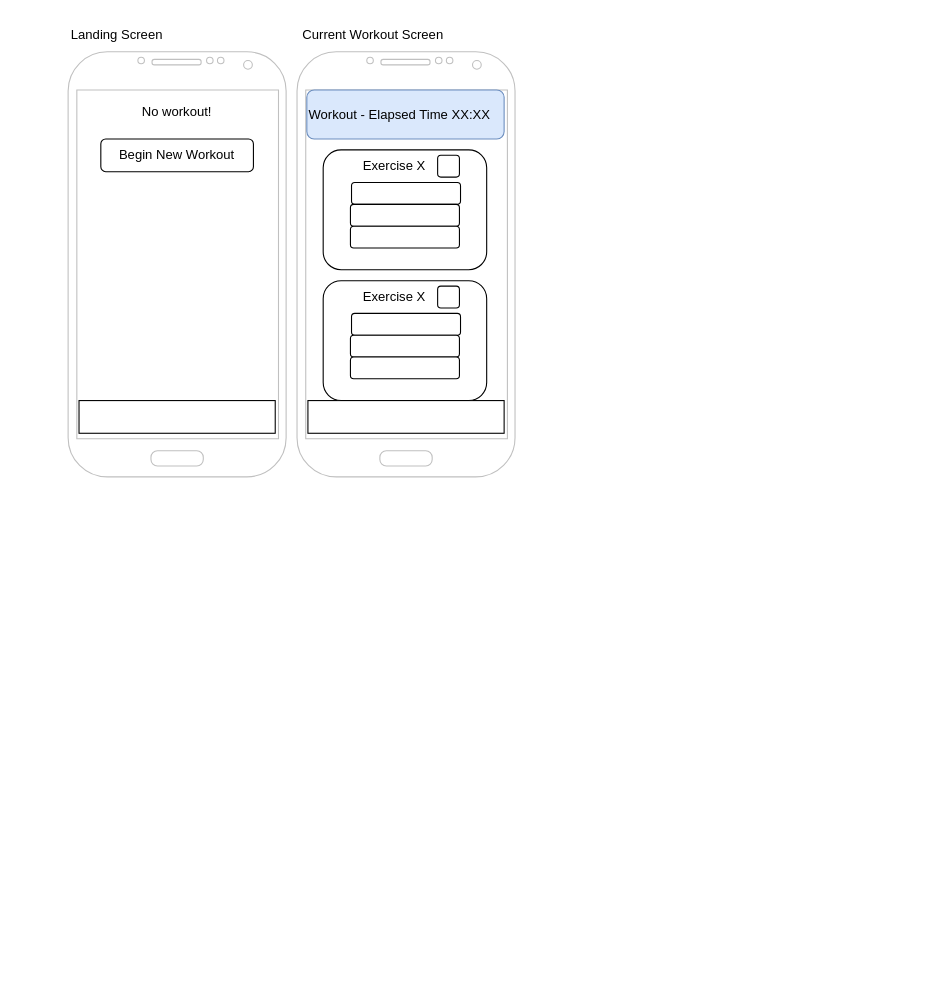
Earlier version of the draw.io diagram docs/ui_prototypes.drawio (H-unter/Fitness-Application). Source tidied: cells renumbered, new cells numbered last; positions are measured from the earlier drawing's top-left corner, leaving out a move shared by most shapes. Both pictures are drawn from the tidied source at 109%, with x=0, y=0 at pixel (68, 19).
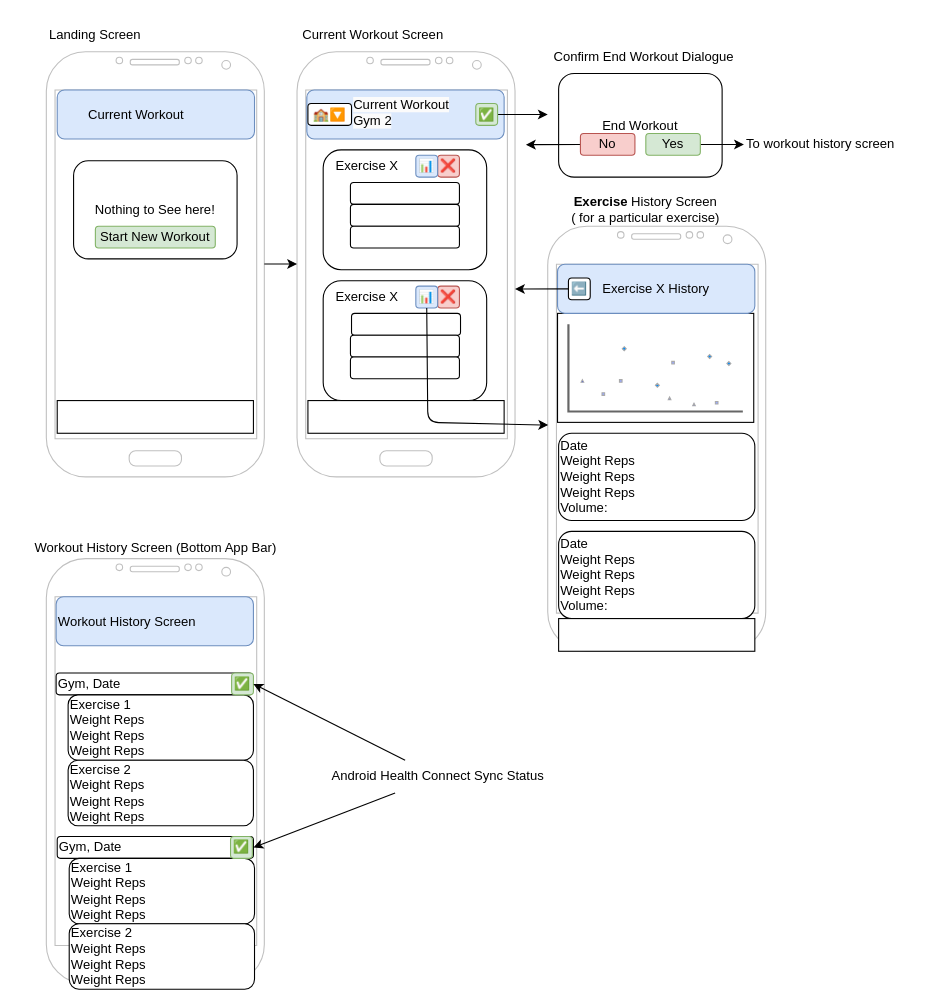
After the change.

Commit message (it also covers changes not shown here):
Improve UI plans in documentation

Unchanged cells that the change refers to:
```xml
<mxCell id="7" style="verticalLabelPosition=bottom;verticalAlign=top;html=1;shadow=0;dashed=0;strokeWidth=1;shape=mxgraph.android.phone2;strokeColor=#c0c0c0;" parent="1" vertex="1">
  <mxGeometry x="210" y="30" width="200" height="390" as="geometry" />
</mxCell>
```

Diff of the diagram source:
```diff
@@
     <mxCell id="2" style="verticalLabelPosition=bottom;verticalAlign=top;html=1;shadow=0;dashed=0;strokeWidth=1;shape=mxgraph.android.phone2;strokeColor=#c0c0c0;" parent="1" vertex="1">
-      <mxGeometry y="30" width="200" height="390" as="geometry" />
+      <mxGeometry x="-20" y="30" width="200" height="390" as="geometry" />
     </mxCell>
-    <mxCell id="3" value="Begin New Workout" style="rounded=1;whiteSpace=wrap;html=1;" parent="1" vertex="1">
-      <mxGeometry x="30" y="110" width="140" height="30" as="geometry" />
-    </mxCell>
-    <mxCell id="4" value="No workout!" style="text;html=1;align=center;verticalAlign=middle;whiteSpace=wrap;rounded=0;" parent="1" vertex="1">
-      <mxGeometry x="55" y="70" width="90" height="30" as="geometry" />
-    </mxCell>
     <mxCell id="5" style="rounded=0;whiteSpace=wrap;html=1;" parent="1" vertex="1">
-      <mxGeometry x="10" y="350" width="180" height="30" as="geometry" />
+      <mxGeometry x="-10" y="350" width="180" height="30" as="geometry" />
     </mxCell>
     <mxCell id="6" value="Landing Screen" style="text;html=1;align=center;verticalAlign=middle;whiteSpace=wrap;rounded=0;" parent="1" vertex="1">
-      <mxGeometry width="90" height="30" as="geometry" />
+      <mxGeometry x="-20" width="90" height="30" as="geometry" />
     </mxCell>
@@
     <mxCell id="11" style="rounded=1;whiteSpace=wrap;html=1;" parent="1" vertex="1">
-      <mxGeometry x="260" y="150" width="100" height="20" as="geometry" />
+      <mxGeometry x="259" y="150" width="100" height="20" as="geometry" />
     </mxCell>
@@
     <mxCell id="14" value="Exercise X" style="text;html=1;align=center;verticalAlign=middle;whiteSpace=wrap;rounded=0;" parent="1" vertex="1">
-      <mxGeometry x="259" y="120" width="81" height="30" as="geometry" />
+      <mxGeometry x="234" y="120" width="81" height="30" as="geometry" />
     </mxCell>
@@
     <mxCell id="19" value="Exercise X" style="text;html=1;align=center;verticalAlign=middle;whiteSpace=wrap;rounded=0;" parent="1" vertex="1">
-      <mxGeometry x="259" y="240" width="81" height="30" as="geometry" />
+      <mxGeometry x="234" y="240" width="81" height="30" as="geometry" />
     </mxCell>
-    <mxCell id="20" style="rounded=1;whiteSpace=wrap;html=1;" parent="1" vertex="1">
+    <mxCell id="20" value="❌" style="rounded=1;whiteSpace=wrap;html=1;fillColor=#f8cecc;strokeColor=#b85450;" parent="1" vertex="1">
       <mxGeometry x="339" y="125" width="20" height="20" as="geometry" />
     </mxCell>
-    <mxCell id="21" style="rounded=1;whiteSpace=wrap;html=1;" parent="1" vertex="1">
+    <mxCell id="21" value="&lt;span style=&quot;color: rgb(0, 0, 0);&quot;&gt;❌&lt;/span&gt;" style="rounded=1;whiteSpace=wrap;html=1;fillColor=#f8cecc;strokeColor=#b85450;" parent="1" vertex="1">
       <mxGeometry x="339" y="245" width="20" height="20" as="geometry" />
     </mxCell>
-    <mxCell id="22" value="Workout - Elapsed Time XX:XX" style="rounded=1;whiteSpace=wrap;html=1;fillColor=#dae8fc;strokeColor=#6c8ebf;align=left;" parent="1" vertex="1">
+    <mxCell id="22" style="rounded=1;whiteSpace=wrap;html=1;fillColor=#dae8fc;strokeColor=#6c8ebf;align=left;" parent="1" vertex="1">
       <mxGeometry x="219" y="65" width="181" height="45" as="geometry" />
     </mxCell>
+    <mxCell id="23" value="🏫🔽" style="rounded=1;whiteSpace=wrap;html=1;" parent="1" vertex="1">
+      <mxGeometry x="220" y="77.5" width="40" height="20" as="geometry" />
+    </mxCell>
+    <mxCell id="24" style="edgeStyle=none;html=1;exitX=1;exitY=0.5;exitDx=0;exitDy=0;" parent="1" edge="1" source="25">
+      <mxGeometry relative="1" as="geometry">
+        <mxPoint x="440" y="87.6" as="targetPoint" />
+      </mxGeometry>
+    </mxCell>
+    <mxCell id="25" value="✅" style="rounded=1;whiteSpace=wrap;html=1;fillColor=#d5e8d4;strokeColor=#82b366;" parent="1" vertex="1">
+      <mxGeometry x="374" y="77.5" width="20" height="20" as="geometry" />
+    </mxCell>
+    <mxCell id="26" value="&lt;span style=&quot;color: rgb(0, 0, 0); font-family: Helvetica; font-size: 12px; font-style: normal; font-variant-ligatures: normal; font-variant-caps: normal; font-weight: 400; letter-spacing: normal; orphans: 2; text-align: center; text-indent: 0px; text-transform: none; widows: 2; word-spacing: 0px; -webkit-text-stroke-width: 0px; white-space: normal; background-color: rgb(251, 251, 251); text-decoration-thickness: initial; text-decoration-style: initial; text-decoration-color: initial; float: none; display: inline !important;&quot;&gt;Current Workout&lt;/span&gt;" style="text;whiteSpace=wrap;html=1;" parent="1" vertex="1">
+      <mxGeometry x="260" y="65" width="105.5" height="40" as="geometry" />
+    </mxCell>
+    <mxCell id="27" value="&lt;span style=&quot;color: rgb(0, 0, 0); font-family: Helvetica; font-size: 12px; font-style: normal; font-variant-ligatures: normal; font-variant-caps: normal; font-weight: 400; letter-spacing: normal; orphans: 2; text-align: center; text-indent: 0px; text-transform: none; widows: 2; word-spacing: 0px; -webkit-text-stroke-width: 0px; white-space: normal; background-color: rgb(251, 251, 251); text-decoration-thickness: initial; text-decoration-style: initial; text-decoration-color: initial; float: none; display: inline !important;&quot;&gt;Gym 2&lt;/span&gt;" style="text;whiteSpace=wrap;html=1;" parent="1" vertex="1">
+      <mxGeometry x="260" y="80" width="105.5" height="40" as="geometry" />
+    </mxCell>
+    <mxCell id="28" value="Confirm End Workout Dialogue&amp;nbsp;" style="text;html=1;align=center;verticalAlign=middle;whiteSpace=wrap;rounded=0;" parent="1" vertex="1">
+      <mxGeometry x="440" y="20" width="180" height="30" as="geometry" />
+    </mxCell>
+    <mxCell id="29" value="End Workout" style="rounded=1;whiteSpace=wrap;html=1;" parent="1" vertex="1">
+      <mxGeometry x="450" y="50" width="150" height="95" as="geometry" />
+    </mxCell>
+    <mxCell id="30" style="edgeStyle=none;html=1;exitX=0;exitY=0.5;exitDx=0;exitDy=0;" parent="1" edge="1" source="31">
+      <mxGeometry relative="1" as="geometry">
+        <mxPoint x="420" y="115.2" as="targetPoint" />
+      </mxGeometry>
+    </mxCell>
+    <mxCell id="31" value="No" style="rounded=1;whiteSpace=wrap;html=1;fillColor=#f8cecc;strokeColor=#b85450;" parent="1" vertex="1">
+      <mxGeometry x="470" y="105" width="50" height="20" as="geometry" />
+    </mxCell>
+    <mxCell id="32" style="edgeStyle=none;html=1;exitX=1;exitY=0.5;exitDx=0;exitDy=0;" parent="1" edge="1" source="33">
+      <mxGeometry relative="1" as="geometry">
+        <mxPoint x="620" y="115" as="targetPoint" />
+      </mxGeometry>
+    </mxCell>
+    <mxCell id="33" value="Yes" style="rounded=1;whiteSpace=wrap;html=1;fillColor=#d5e8d4;strokeColor=#82b366;" parent="1" vertex="1">
+      <mxGeometry x="530" y="105" width="50" height="20" as="geometry" />
+    </mxCell>
+    <mxCell id="34" value="Nothing to See here!" style="rounded=1;whiteSpace=wrap;html=1;align=center;" parent="1" vertex="1">
+      <mxGeometry x="5" y="130" width="150" height="90" as="geometry" />
+    </mxCell>
+    <mxCell id="35" value="Start New Workout" style="rounded=1;whiteSpace=wrap;html=1;fillColor=#d5e8d4;strokeColor=#82b366;" parent="1" vertex="1">
+      <mxGeometry x="25" y="190" width="110" height="20" as="geometry" />
+    </mxCell>
+    <mxCell id="36" style="edgeStyle=none;html=1;entryX=0;entryY=0.499;entryDx=0;entryDy=0;entryPerimeter=0;" parent="1" edge="1" source="2" target="7">
+      <mxGeometry relative="1" as="geometry" />
+    </mxCell>
+    <mxCell id="37" style="verticalLabelPosition=bottom;verticalAlign=top;html=1;shadow=0;dashed=0;strokeWidth=1;shape=mxgraph.android.phone2;strokeColor=#c0c0c0;" parent="1" vertex="1">
+      <mxGeometry x="-20" y="495" width="200" height="390" as="geometry" />
+    </mxCell>
+    <mxCell id="38" style="verticalLabelPosition=bottom;verticalAlign=top;html=1;shadow=0;dashed=0;strokeWidth=1;shape=mxgraph.android.phone2;strokeColor=#c0c0c0;" parent="1" vertex="1">
+      <mxGeometry x="440" y="190" width="200" height="390" as="geometry" />
+    </mxCell>
+    <mxCell id="39" value="To workout history screen" style="text;html=1;align=center;verticalAlign=middle;strokeColor=none;fillColor=none;" parent="1" vertex="1">
+      <mxGeometry x="610" y="100" width="160" height="30" as="geometry" />
+    </mxCell>
+    <mxCell id="40" value="&lt;b&gt;Exercise &lt;/b&gt;History Screen ( for a particular exercise)" style="text;html=1;align=center;verticalAlign=middle;whiteSpace=wrap;rounded=0;" parent="1" vertex="1">
+      <mxGeometry x="460" y="160" width="140" height="30" as="geometry" />
+    </mxCell>
+    <mxCell id="41" value="📊" style="rounded=1;whiteSpace=wrap;html=1;fillColor=#dae8fc;strokeColor=#6c8ebf;" parent="1" vertex="1">
+      <mxGeometry x="319" y="125" width="20" height="20" as="geometry" />
+    </mxCell>
+    <mxCell id="42" value="&lt;span style=&quot;color: rgb(0, 0, 0);&quot;&gt;📊&lt;/span&gt;" style="rounded=1;whiteSpace=wrap;html=1;fillColor=#dae8fc;strokeColor=#6c8ebf;" parent="1" vertex="1">
+      <mxGeometry x="319" y="245" width="20" height="20" as="geometry" />
+    </mxCell>
+    <mxCell id="43" style="html=1;dashed=0;whiteSpace=wrap;" parent="1" vertex="1">
+      <mxGeometry x="449" y="270" width="180" height="100" as="geometry" />
+    </mxCell>
+    <mxCell id="44" style="verticalLabelPosition=bottom;shadow=0;dashed=0;align=center;html=1;verticalAlign=top;strokeWidth=1;shape=mxgraph.mockup.graphics.plotChart;strokeColor=none;strokeColor2=#aaaaaa;strokeColor3=#666666;fillColor2=#99aaff,#0022ff,#008cff;" parent="1" vertex="1">
+      <mxGeometry x="459" y="280" width="160" height="80" as="geometry" />
+    </mxCell>
+    <mxCell id="45" value="Date&lt;br&gt;Weight Reps&lt;br&gt;Weight Reps&lt;div&gt;Weight Reps&lt;/div&gt;&lt;div&gt;Volume:&lt;/div&gt;" style="rounded=1;whiteSpace=wrap;html=1;align=left;" parent="1" vertex="1">
+      <mxGeometry x="450" y="470" width="180" height="80" as="geometry" />
+    </mxCell>
+    <mxCell id="46" value="Date&lt;br&gt;Weight Reps&lt;br&gt;Weight Reps&lt;div&gt;Weight Reps&lt;/div&gt;&lt;div&gt;Volume:&lt;/div&gt;" style="rounded=1;whiteSpace=wrap;html=1;align=left;" parent="1" vertex="1">
+      <mxGeometry x="450" y="380" width="180" height="80" as="geometry" />
+    </mxCell>
+    <mxCell id="47" value="&lt;span style=&quot;color: rgb(0, 0, 0); text-align: center;&quot;&gt;&lt;span style=&quot;white-space: pre;&quot;&gt;&#9;&lt;/span&gt;Current Workout&lt;/span&gt;" style="rounded=1;whiteSpace=wrap;html=1;fillColor=#dae8fc;strokeColor=#6c8ebf;align=left;" parent="1" vertex="1">
+      <mxGeometry x="-10" y="65" width="181" height="45" as="geometry" />
+    </mxCell>
+    <mxCell id="48" value="&lt;div style=&quot;&quot;&gt;&lt;span style=&quot;background-color: transparent;&quot;&gt;Exercise X History&lt;/span&gt;&lt;/div&gt;" style="rounded=1;whiteSpace=wrap;html=1;fillColor=#dae8fc;strokeColor=#6c8ebf;align=center;" parent="1" vertex="1">
+      <mxGeometry x="449" y="225" width="181" height="45" as="geometry" />
+    </mxCell>
+    <mxCell id="49" value="⬅️" style="rounded=1;whiteSpace=wrap;html=1;" parent="1" vertex="1">
+      <mxGeometry x="459" y="237.5" width="20" height="20" as="geometry" />
+    </mxCell>
+    <mxCell id="50" style="edgeStyle=none;html=1;exitX=0;exitY=0.5;exitDx=0;exitDy=0;entryX=1;entryY=0.558;entryDx=0;entryDy=0;entryPerimeter=0;" parent="1" edge="1" source="49" target="7">
+      <mxGeometry relative="1" as="geometry" />
+    </mxCell>
+    <mxCell id="51" style="edgeStyle=none;html=1;exitX=0.5;exitY=1;exitDx=0;exitDy=0;entryX=0.002;entryY=0.468;entryDx=0;entryDy=0;entryPerimeter=0;" parent="1" edge="1" source="42" target="38">
+      <mxGeometry relative="1" as="geometry">
+        <Array as="points">
+          <mxPoint x="330" y="370" />
+        </Array>
+      </mxGeometry>
+    </mxCell>
+    <mxCell id="52" style="rounded=0;whiteSpace=wrap;html=1;" parent="1" vertex="1">
+      <mxGeometry x="450" y="550" width="180" height="30" as="geometry" />
+    </mxCell>
+    <mxCell id="53" value="Workout History Screen (Bottom App Bar)" style="text;html=1;align=center;verticalAlign=middle;strokeColor=none;fillColor=none;" parent="1" vertex="1">
+      <mxGeometry x="-45" y="470" width="250" height="30" as="geometry" />
+    </mxCell>
+    <mxCell id="54" value="&lt;div style=&quot;text-align: center;&quot;&gt;&lt;span style=&quot;background-color: transparent;&quot;&gt;Workout History Screen&lt;/span&gt;&lt;/div&gt;" style="rounded=1;whiteSpace=wrap;html=1;fillColor=#dae8fc;strokeColor=#6c8ebf;align=left;" parent="1" vertex="1">
+      <mxGeometry x="-11" y="530" width="181" height="45" as="geometry" />
+    </mxCell>
+    <mxCell id="55" value="Gym, Date" style="rounded=1;whiteSpace=wrap;html=1;align=left;" parent="1" vertex="1">
+      <mxGeometry x="-11" y="600" width="180" height="20" as="geometry" />
+    </mxCell>
+    <mxCell id="56" value="&lt;div&gt;&lt;font color=&quot;#000000&quot;&gt;Exercise 1&lt;br&gt;&lt;/font&gt;Weight Reps&lt;br&gt;Weight Reps&lt;div&gt;Weight Reps&lt;/div&gt;&lt;/div&gt;" style="rounded=1;whiteSpace=wrap;html=1;align=left;" parent="1" vertex="1">
+      <mxGeometry y="620" width="170" height="60" as="geometry" />
+    </mxCell>
+    <mxCell id="57" value="&lt;div&gt;&lt;font color=&quot;#000000&quot;&gt;Exercise 2&lt;br&gt;&lt;/font&gt;Weight Reps&lt;br&gt;Weight Reps&lt;div&gt;Weight Reps&lt;/div&gt;&lt;/div&gt;" style="rounded=1;whiteSpace=wrap;html=1;align=left;" parent="1" vertex="1">
+      <mxGeometry y="680" width="170" height="60" as="geometry" />
+    </mxCell>
+    <mxCell id="58" value="Gym, Date" style="rounded=1;whiteSpace=wrap;html=1;align=left;" parent="1" vertex="1">
+      <mxGeometry x="-10" y="750" width="180" height="20" as="geometry" />
+    </mxCell>
+    <mxCell id="59" value="&lt;div&gt;&lt;font color=&quot;#000000&quot;&gt;Exercise 1&lt;br&gt;&lt;/font&gt;Weight Reps&lt;br&gt;Weight Reps&lt;div&gt;Weight Reps&lt;/div&gt;&lt;/div&gt;" style="rounded=1;whiteSpace=wrap;html=1;align=left;" parent="1" vertex="1">
+      <mxGeometry x="1" y="770" width="170" height="60" as="geometry" />
+    </mxCell>
+    <mxCell id="60" value="&lt;div&gt;&lt;font color=&quot;#000000&quot;&gt;Exercise 2&lt;br&gt;&lt;/font&gt;Weight Reps&lt;br&gt;Weight Reps&lt;div&gt;Weight Reps&lt;/div&gt;&lt;/div&gt;" style="rounded=1;whiteSpace=wrap;html=1;align=left;" parent="1" vertex="1">
+      <mxGeometry x="1" y="830" width="170" height="60" as="geometry" />
+    </mxCell>
+    <mxCell id="61" value="✅" style="rounded=1;whiteSpace=wrap;html=1;fillColor=#d5e8d4;strokeColor=#82b366;" parent="1" vertex="1">
+      <mxGeometry x="150" y="600" width="20" height="20" as="geometry" />
+    </mxCell>
+    <mxCell id="62" value="✅" style="rounded=1;whiteSpace=wrap;html=1;fillColor=#d5e8d4;strokeColor=#82b366;" parent="1" vertex="1">
+      <mxGeometry x="149" y="750" width="20" height="20" as="geometry" />
+    </mxCell>
+    <mxCell id="63" style="edgeStyle=none;html=1;entryX=1;entryY=0.5;entryDx=0;entryDy=0;" parent="1" edge="1" source="65" target="61">
+      <mxGeometry relative="1" as="geometry" />
+    </mxCell>
+    <mxCell id="64" style="edgeStyle=none;html=1;entryX=1;entryY=0.5;entryDx=0;entryDy=0;" parent="1" edge="1" source="65" target="58">
+      <mxGeometry relative="1" as="geometry" />
+    </mxCell>
+    <mxCell id="65" value="Android Health Connect Sync Status" style="text;html=1;align=center;verticalAlign=middle;points=[];strokeColor=none;fillColor=none;" parent="1" vertex="1">
+      <mxGeometry x="229" y="680" width="220" height="30" as="geometry" />
+    </mxCell>
```
